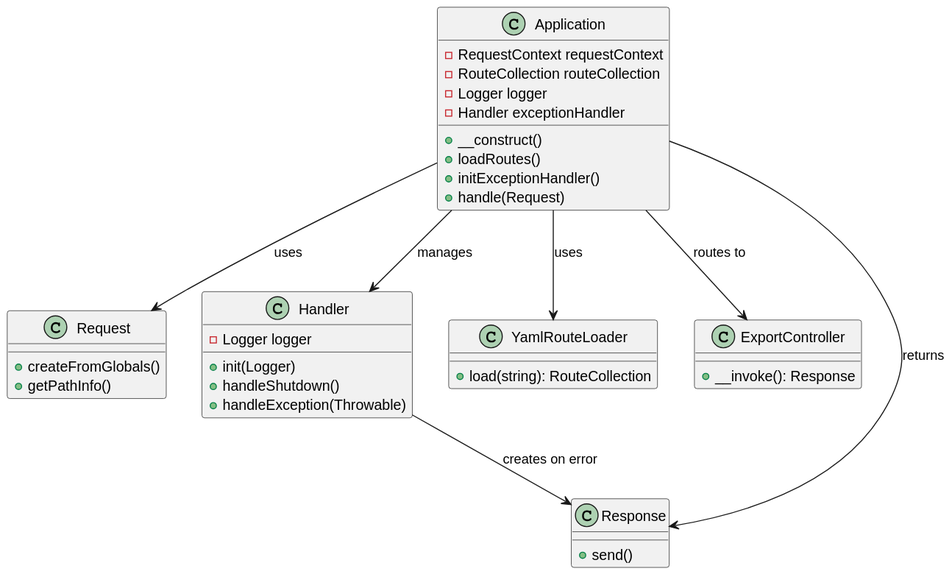
Ievis/symfony-bootstrap keeps this PlantUML diagram as docs/architecture.svg. Above is the earlier version. The source it was exported from:
```plantuml
@startuml
skinparam componentStyle uml2

class Request {
  +createFromGlobals()
  +getPathInfo()
}

class Application {
  -RequestContext requestContext
  -RouteCollection routeCollection
  -Logger logger
  -Handler exceptionHandler
  +__construct()
  +loadRoutes()
  +initExceptionHandler()
  +handle(Request)
}

class Handler {
  -Logger logger
  +init(Logger)
  +handleShutdown()
  +handleException(Throwable)
}

class YamlRouteLoader {
  +load(string): RouteCollection
}

class ExportController {
  +__invoke(): Response
}

class Response {
  +send()
}

Application --> Request : uses
Application --> Handler : manages
Application --> YamlRouteLoader : uses
Application --> ExportController : routes to
Application --> Response : returns
Handler --> Response : creates on error
@enduml
```
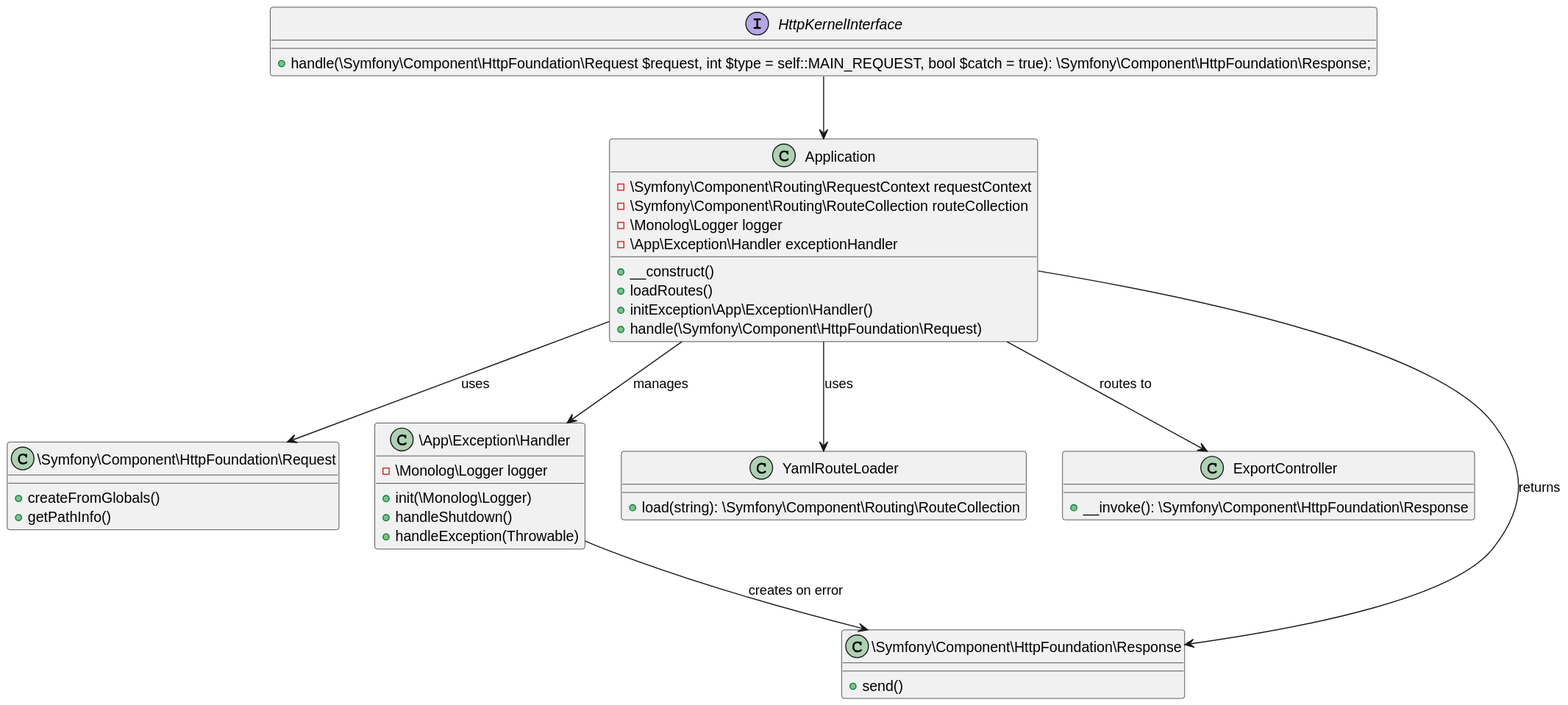
After the commit.

Commit message:
kernel, exception handling, logging

The edit, as a diff of the source:
```diff
@@ -1,45 +1,50 @@
 @startuml
 skinparam componentStyle uml2
 
-class Request {
+class \Symfony\Component\HttpFoundation\Request {
   +createFromGlobals()
   +getPathInfo()
 }
 
+interface HttpKernelInterface {
+  +handle(\Symfony\Component\HttpFoundation\Request $request, int $type = self::MAIN_REQUEST, bool $catch = true): \Symfony\Component\HttpFoundation\Response;
+}
+
 class Application {
-  -RequestContext requestContext
-  -RouteCollection routeCollection
-  -Logger logger
-  -Handler exceptionHandler
+  -\Symfony\Component\Routing\RequestContext requestContext
+  -\Symfony\Component\Routing\RouteCollection routeCollection
+  -\Monolog\Logger logger
+  -\App\Exception\Handler exceptionHandler
   +__construct()
   +loadRoutes()
-  +initExceptionHandler()
-  +handle(Request)
+  +initException\App\Exception\Handler()
+  +handle(\Symfony\Component\HttpFoundation\Request)
 }
 
-class Handler {
-  -Logger logger
-  +init(Logger)
+class \App\Exception\Handler {
+  -\Monolog\Logger logger
+  +init(\Monolog\Logger)
   +handleShutdown()
   +handleException(Throwable)
 }
 
 class YamlRouteLoader {
-  +load(string): RouteCollection
+  +load(string): \Symfony\Component\Routing\RouteCollection
 }
 
 class ExportController {
-  +__invoke(): Response
+  +__invoke(): \Symfony\Component\HttpFoundation\Response
 }
 
-class Response {
+class \Symfony\Component\HttpFoundation\Response {
   +send()
 }
 
-Application --> Request : uses
-Application --> Handler : manages
+HttpKernelInterface --> Application
+Application --> \Symfony\Component\HttpFoundation\Request : uses
+Application --> \App\Exception\Handler : manages
 Application --> YamlRouteLoader : uses
 Application --> ExportController : routes to
-Application --> Response : returns
-Handler --> Response : creates on error
+Application --> \Symfony\Component\HttpFoundation\Response : returns
+\App\Exception\Handler --> \Symfony\Component\HttpFoundation\Response : creates on error
 @enduml
```
